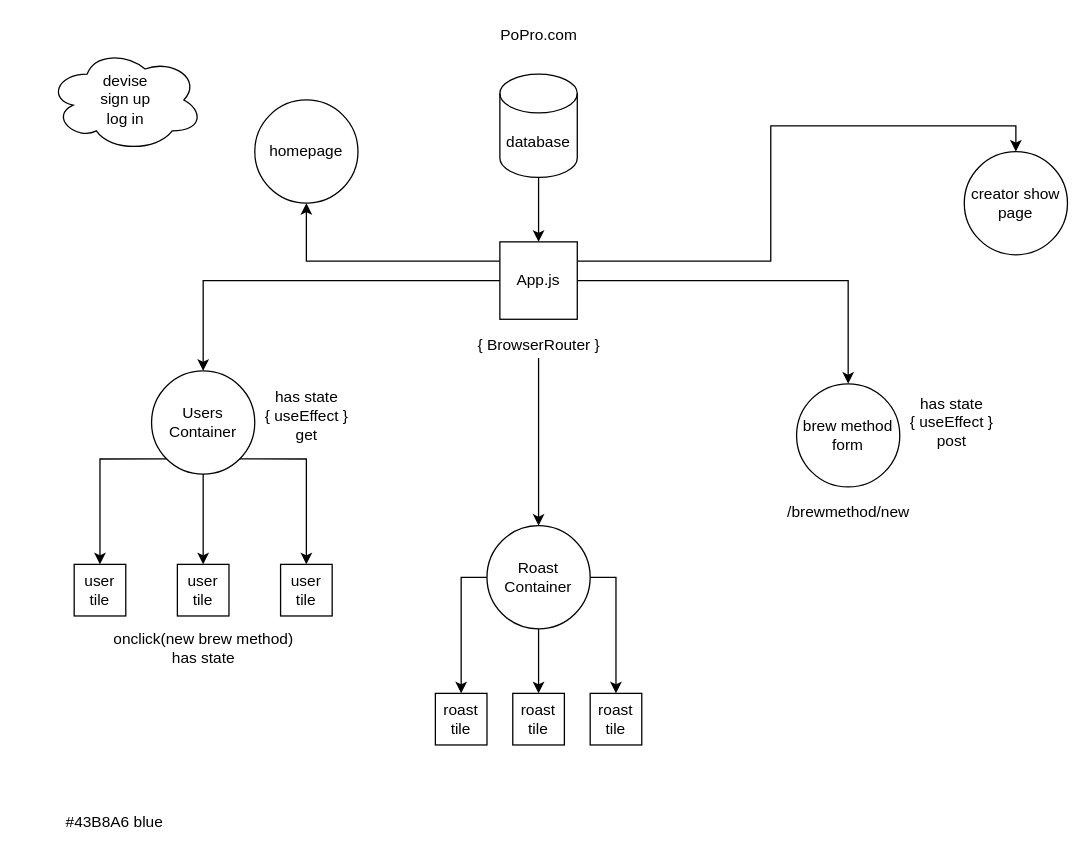
SalimAkram/breakable-toyv1 keeps this draw.io diagram as ComponentsBreakableToy.drawio. Above is the earlier version. Source tidied: cells renumbered, new cells numbered last; positions are measured from the earlier drawing's top-left corner, leaving out a move shared by most shapes. Both pictures are drawn from the tidied source at 129%, with x=0, y=0 at pixel (48, 22).
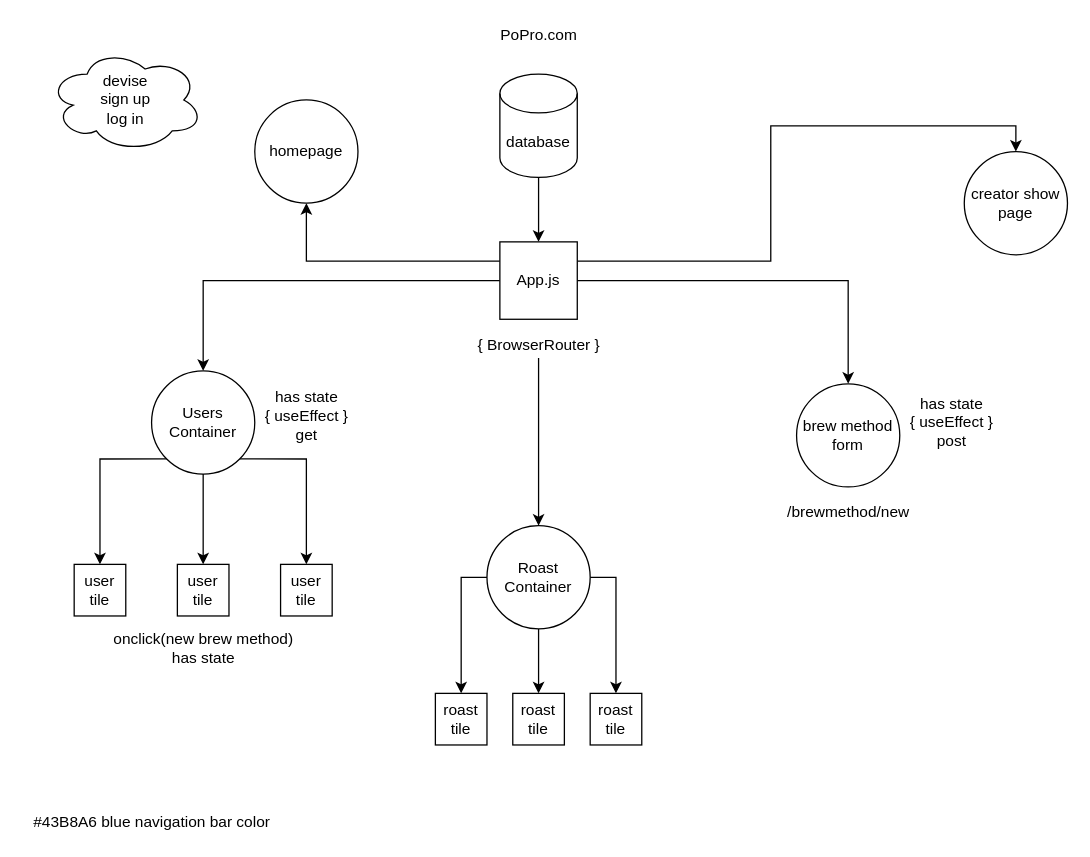
The same page after the edit.

Change to the diagram source:
```diff
@@
-    <mxCell id="22" value="#43B8A6 blue&lt;br&gt;" style="text;html=1;align=center;verticalAlign=middle;" parent="1" vertex="1">
-      <mxGeometry x="6" y="610" width="90" height="20" as="geometry" />
+    <mxCell id="22" value="#43B8A6 blue navigation bar color" style="text;html=1;align=center;verticalAlign=middle;" parent="1" vertex="1">
+      <mxGeometry x="-20" y="610" width="200" height="20" as="geometry" />
     </mxCell>
```
